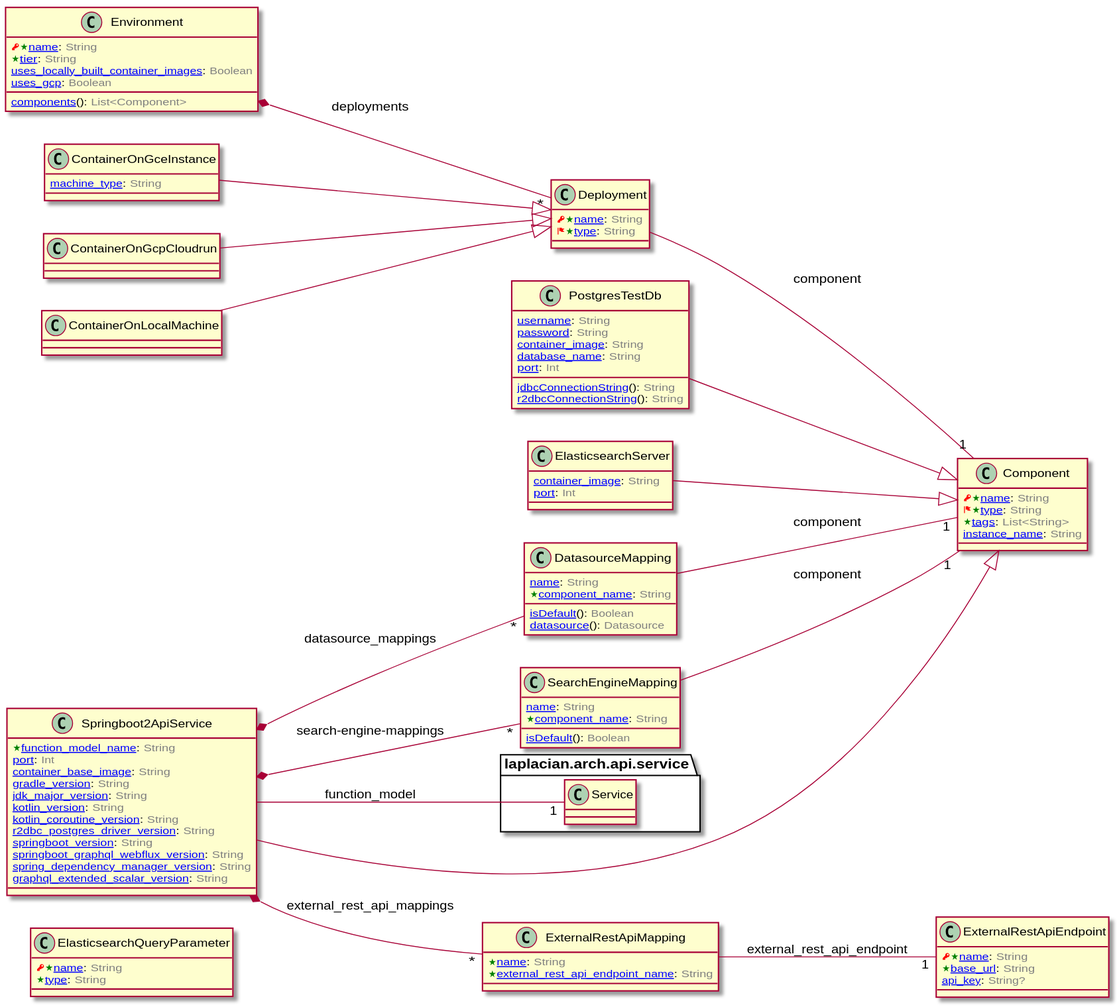
laplacian-arch/deployment.domain-model keeps this PlantUML diagram as doc/image/model-diagram.svg. Above is the earlier version.
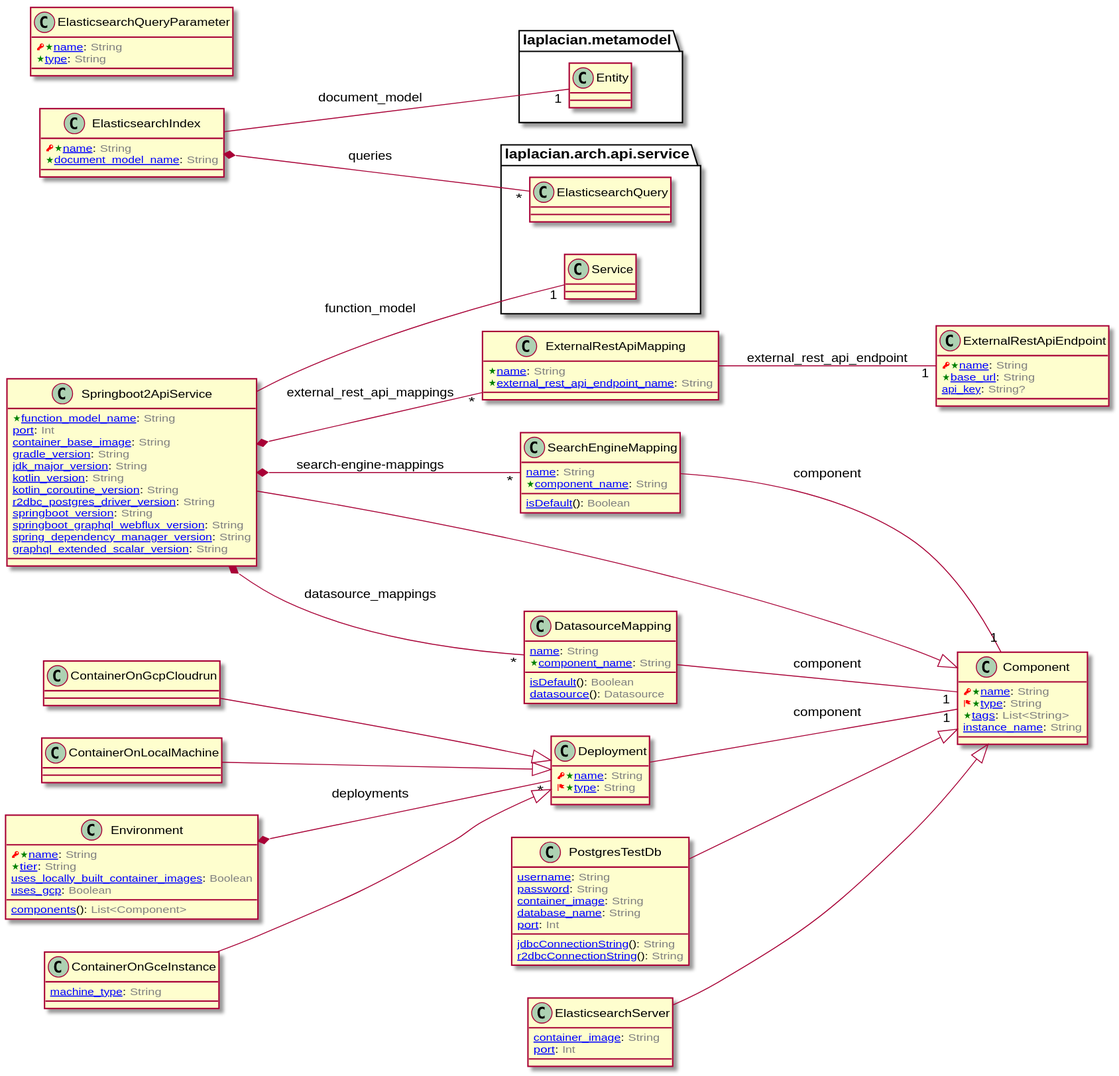
Above is the later version.

The edit, as a diff of the source:
```diff
@@ -1,5 +1,37 @@
 @startuml
 left to right direction
+
+
+class ElasticsearchIndex [[/blob/master/doc/entities/ElasticsearchIndex.md]] {
+  <color:RED><&key></color><color:Green><&star></color>[[/blob/master/doc/entities/ElasticsearchIndex.md#name-string name]]: <color:GRAY>String</color>
+  <color:Green><&star></color>[[/blob/master/doc/entities/ElasticsearchIndex.md#document_model_name-string document_model_name]]: <color:GRAY>String</color>
+}
+
+
+
+
+
+package laplacian.metamodel {
+  class Entity {
+  }
+}
+
+
+ElasticsearchIndex -- "1" Entity : document_model
+
+
+
+
+
+package laplacian.arch.api.service {
+  class ElasticsearchQuery {
+  }
+}
+
+
+ElasticsearchIndex *-- "*" ElasticsearchQuery : queries
+
+
 
 
 class ElasticsearchQueryParameter [[/blob/master/doc/entities/ElasticsearchQueryParameter.md]] {
```
